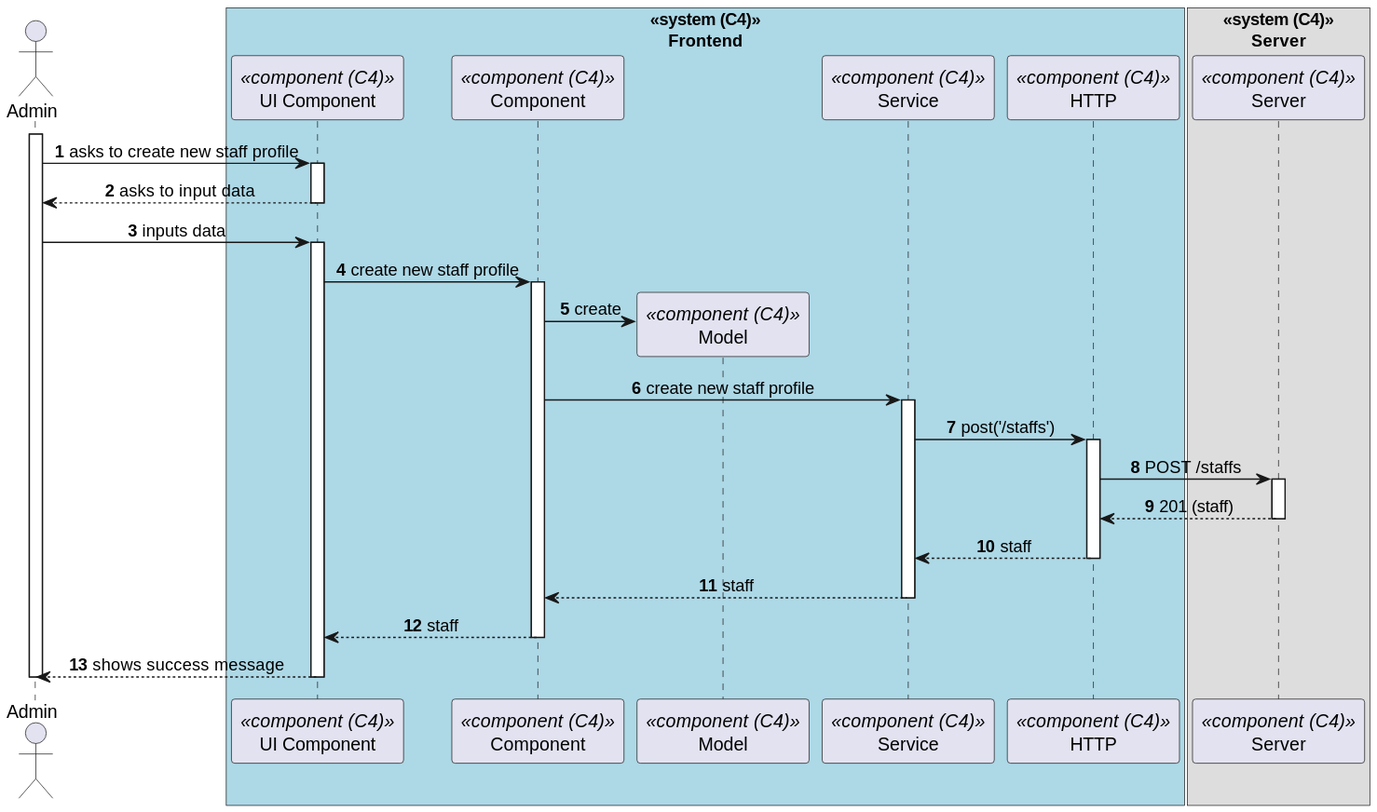
Earlier version of the PlantUML export docs/sprint-b/us-6..2.10/views/level3/process-view.svg (1220846/sem5pi-24-25-3ddg20).
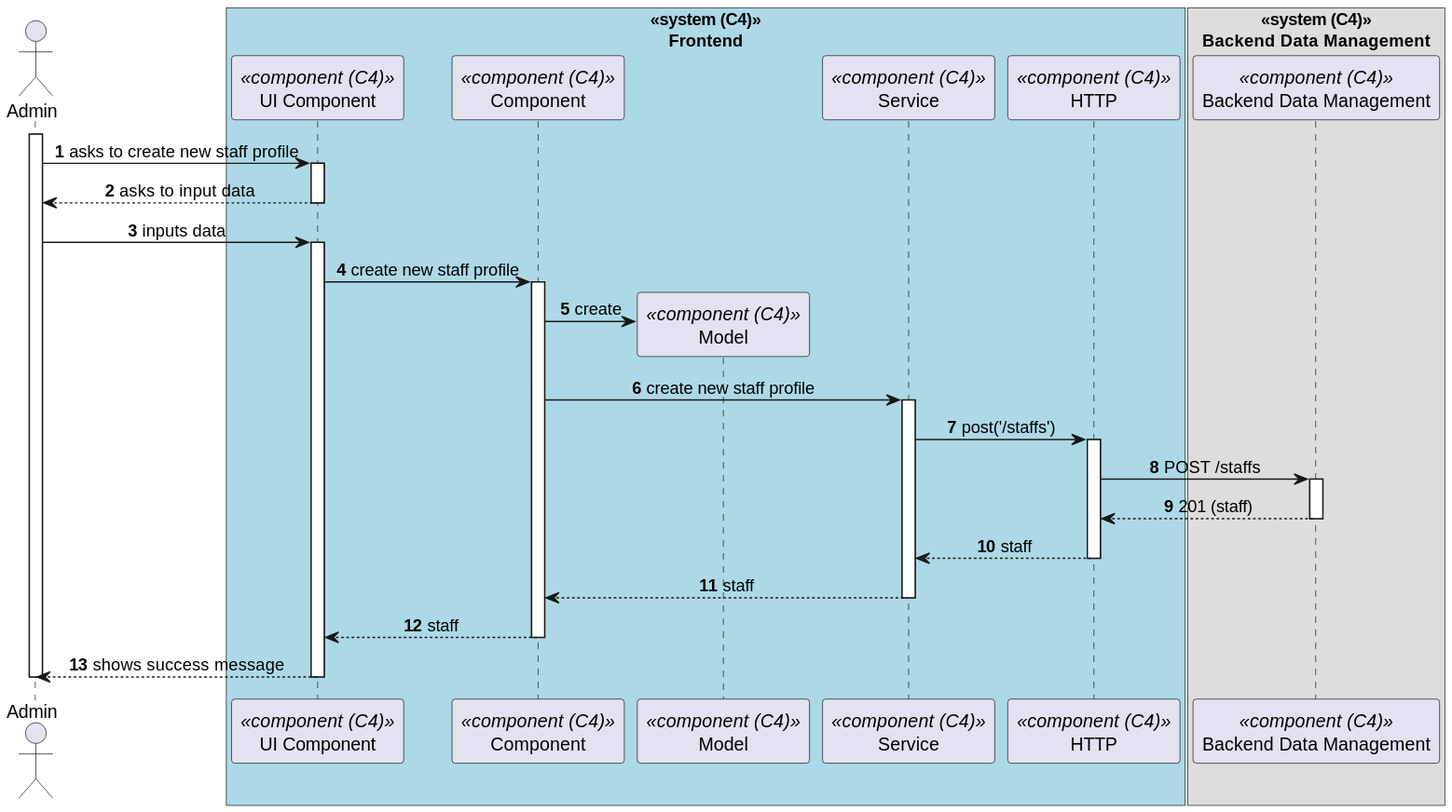
After the change.

What changed in the source:
```diff
@@ -10,8 +10,8 @@
     participant HTTP as "HTTP" <<component (C4)>>
 end box
 
-box "<<system (C4)>>\nServer"
-  participant Server as "Server" <<component (C4)>>
+box "<<system (C4)>>\nBackend Data Management"
+  participant BackendDataManagement as "Backend Data Management" <<component (C4)>>
 end box
 
 activate Admin
@@ -28,10 +28,10 @@
             activate SRV
                 SRV -> HTTP : post('/staffs')
                 activate HTTP
-                    HTTP -> Server : POST /staffs
-                    activate Server
-                        Server --> HTTP : 201 (staff)
-                    deactivate Server
+                    HTTP -> BackendDataManagement : POST /staffs
+                    activate BackendDataManagement
+                        BackendDataManagement --> HTTP : 201 (staff)
+                    deactivate BackendDataManagement
                     HTTP --> SRV : staff
                 deactivate HTTP
                 SRV --> Component : staff
```
